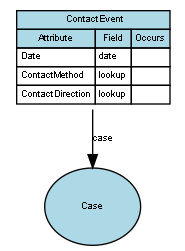
Before: graph_output/entity/ContactEvent.gv.png, a diagram exported from Graphviz (PaulDav/ModelVisual). Its source is kept beside it as graph_output/entity/ContactEvent.gv.
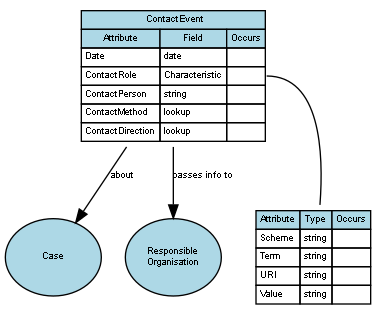
Above is the later version.

What changed in the source:
```diff
@@ -2,7 +2,11 @@
 	graph [overlap=false splines=true]
 	node [black=black color=black fillcolor=lightblue fontname=Arial fontsize=7]
 	edge [fontname=Arial fontsize=7 labelfontname=Arial labelfontsize=7 len=3.0]
-	ContactEvent [label=<<table border='0' cellborder='1' cellspacing='0'><tr><td colspan='3' bgcolor='lightblue'> ContactEvent</td></tr><tr><td bgcolor='lightblue'>Attribute</td><td bgcolor='lightblue'>Field</td><td bgcolor='lightblue'>Occurs</td></tr><tr><td align='left' balign='left' valign='top'>Date</td><td align='left' balign='left' valign='top'>date</td><td align='left' balign='left' valign='top'></td></tr><tr><td align='left' balign='left' valign='top'>ContactMethod</td><td align='left' balign='left' valign='top'>lookup</td><td align='left' balign='left' valign='top'></td></tr><tr><td align='left' balign='left' valign='top'>ContactDirection</td><td align='left' balign='left' valign='top'>lookup</td><td align='left' balign='left' valign='top'></td></tr></table>> URL="#ContactEvent" shape=plaintext]
+	table_port25 [label=<<table border='0' cellborder='1' cellspacing='0'><tr><td bgcolor='lightblue'>Attribute</td><td bgcolor='lightblue'>Type</td><td bgcolor='lightblue'>Occurs</td></tr><tr><td align='left' balign='left' valign='top'>Scheme</td><td align='left' balign='left' valign='top'>string</td><td align='left' balign='left' valign='top'></td></tr><tr><td align='left' balign='left' valign='top'>Term</td><td align='left' balign='left' valign='top'>string</td><td align='left' balign='left' valign='top'></td></tr><tr><td align='left' balign='left' valign='top'>URI</td><td align='left' balign='left' valign='top'>string</td><td align='left' balign='left' valign='top'></td></tr><tr><td align='left' balign='left' valign='top'>Value</td><td align='left' balign='left' valign='top'>string</td><td align='left' balign='left' valign='top'></td></tr></table>> shape=plaintext]
+	ContactEvent:25 -> table_port25 [dir=none]
+	ContactEvent [label=<<table border='0' cellborder='1' cellspacing='0'><tr><td colspan='3' bgcolor='lightblue'> ContactEvent</td></tr><tr><td bgcolor='lightblue'>Attribute</td><td bgcolor='lightblue'>Field</td><td bgcolor='lightblue'>Occurs</td></tr><tr><td align='left' balign='left' valign='top'>Date</td><td align='left' balign='left' valign='top'>date</td><td align='left' balign='left' valign='top'></td></tr><tr><td align='left' balign='left' valign='top'>ContactRole</td><td align='left' balign='left' valign='top'>Characteristic</td><td align='left' balign='left' valign='top' port='25'></td></tr><tr><td align='left' balign='left' valign='top'>ContactPerson</td><td align='left' balign='left' valign='top'>string</td><td align='left' balign='left' valign='top'></td></tr><tr><td align='left' balign='left' valign='top'>ContactMethod</td><td align='left' balign='left' valign='top'>lookup</td><td align='left' balign='left' valign='top'></td></tr><tr><td align='left' balign='left' valign='top'>ContactDirection</td><td align='left' balign='left' valign='top'>lookup</td><td align='left' balign='left' valign='top'></td></tr></table>> URL="#ContactEvent" shape=plaintext]
 	Concept_Case [label=Case URL="#ContactEvent" fixedsize=true height=0.8 style=filled width=1.0]
-	ContactEvent -> Concept_Case [label=case]
+	ContactEvent -> Concept_Case [label=about]
+	"Concept_Responsible\nOrganisation" [label="Responsible\nOrganisation" URL="#ContactEvent" fixedsize=true height=0.8 style=filled width=1.0]
+	ContactEvent -> "Concept_Responsible\nOrganisation" [label="passes info to"]
 }
```
